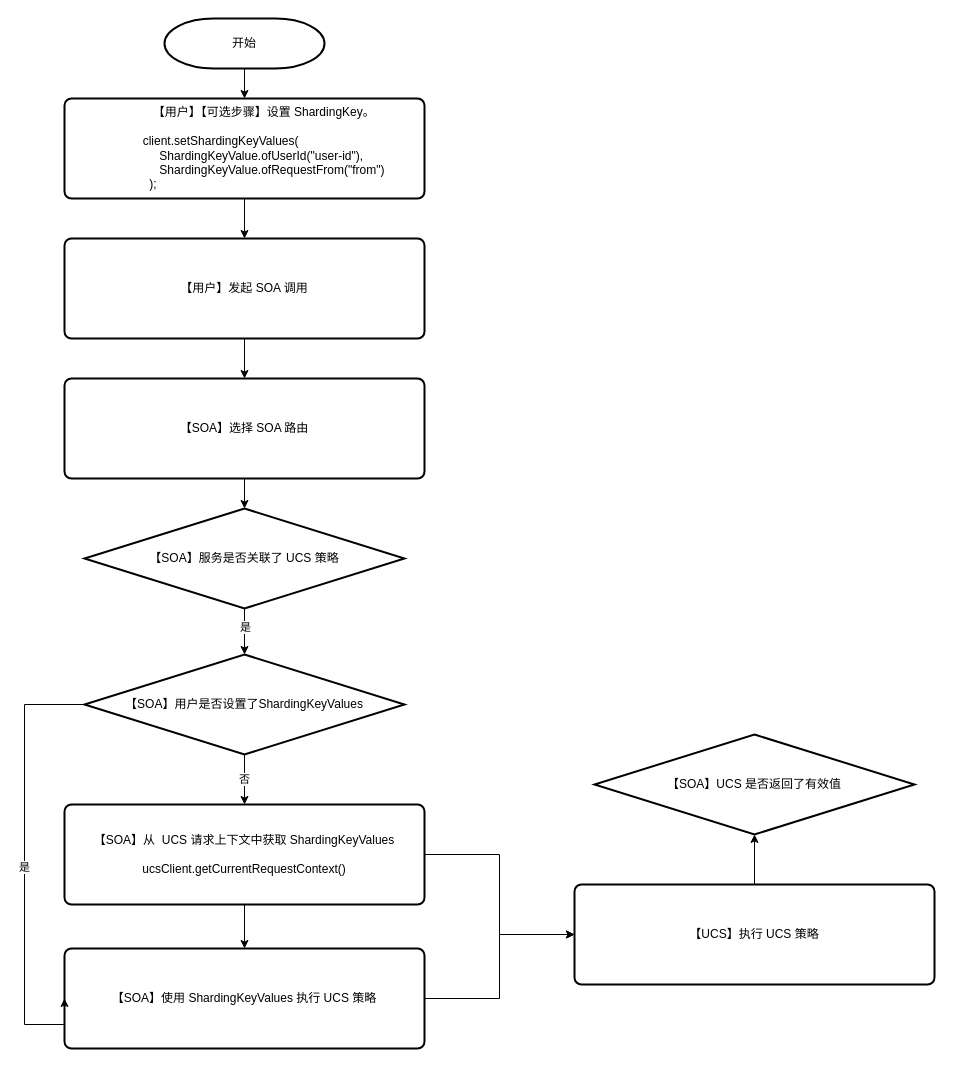
Before: 未命名绘图.drawio in jian1106/diagrams, a draw.io diagram. Source tidied: cells renumbered, new cells numbered last; positions are measured from the earlier drawing's top-left corner, leaving out a move shared by most shapes. Both pictures are drawn from the tidied source at 100%, with x=0, y=0 at pixel (24, 18).
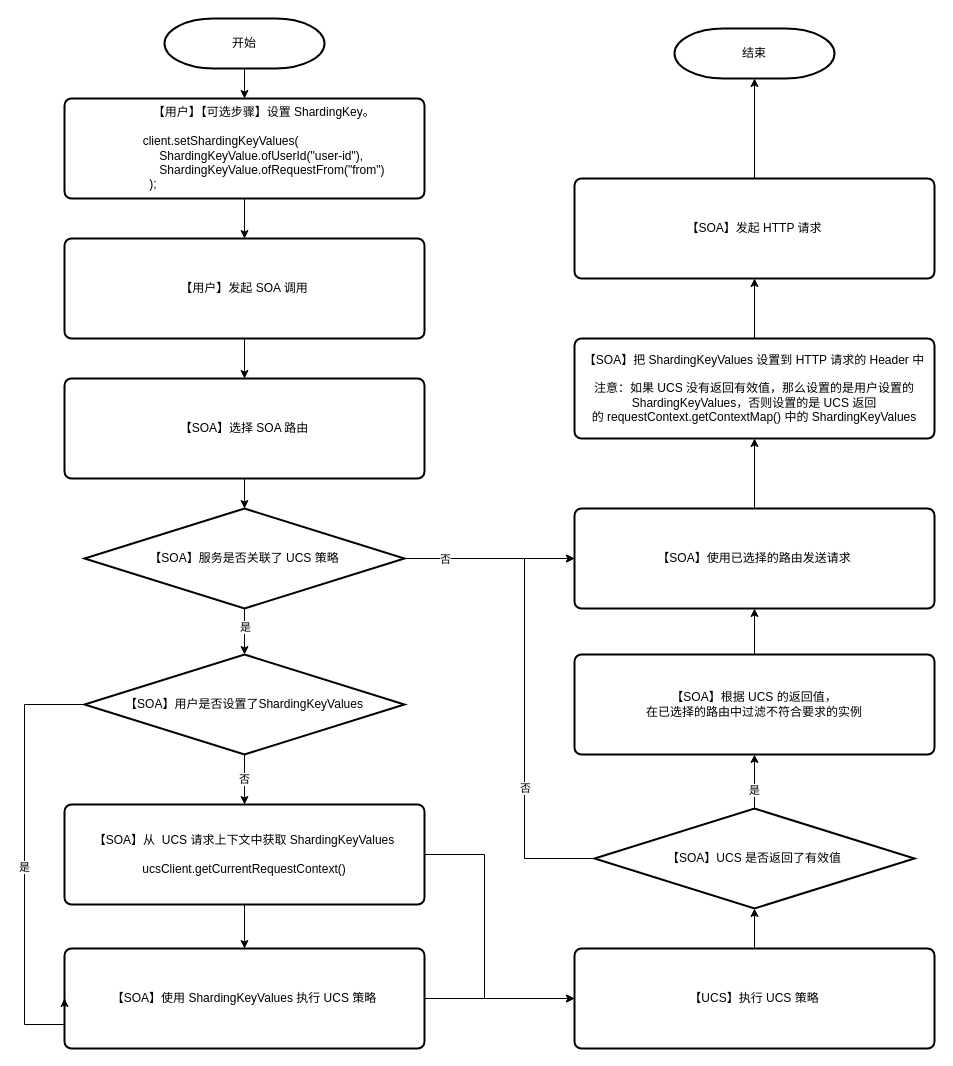
After the change.

Commit message:
更新未命名绘图.drawio

The change refers to these unchanged cells:
```xml
<mxCell id="10" value="【SOA】服务是否关联了 UCS 策略" style="strokeWidth=2;html=1;shape=mxgraph.flowchart.decision;whiteSpace=wrap;" parent="1" vertex="1">
  <mxGeometry x="60" y="490" width="320" height="100" as="geometry" />
</mxCell>
<mxCell id="16" value="【SOA】从&amp;nbsp; UCS 请求上下文中获取 ShardingKeyValues&lt;br&gt;&lt;br&gt;ucsClient.getCurrentRequestContext()" style="rounded=1;whiteSpace=wrap;html=1;absoluteArcSize=1;arcSize=14;strokeWidth=2;" parent="1" vertex="1">
  <mxGeometry x="40" y="786" width="360" height="100" as="geometry" />
</mxCell>
```

What changed in the source:
```diff
@@
+    <mxCell id="24" style="edgeStyle=orthogonalEdgeStyle;rounded=0;jettySize=auto;html=1;exitX=1;exitY=0.5;exitDx=0;exitDy=0;exitPerimeter=0;entryX=0;entryY=0.5;entryDx=0;entryDy=0;" parent="1" edge="1" source="10" target="32">
+      <mxGeometry relative="1" as="geometry" />
+    </mxCell>
+    <mxCell id="25" value="否" style="edgeLabel;html=1;align=center;verticalAlign=middle;" parent="24" vertex="1">
+      <mxGeometry x="-0.07" y="-3" relative="1" as="geometry">
+        <mxPoint x="-39" y="-3" as="offset" />
+      </mxGeometry>
+    </mxCell>
@@
     <mxCell id="15" style="edgeStyle=orthogonalEdgeStyle;rounded=0;jettySize=auto;html=1;exitX=1;exitY=0.5;exitDx=0;exitDy=0;entryX=0;entryY=0.5;entryDx=0;entryDy=0;" parent="1" edge="1" source="16" target="18">
-      <mxGeometry relative="1" as="geometry" />
+      <mxGeometry relative="1" as="geometry">
+        <Array as="points">
+          <mxPoint x="460" y="836" />
+          <mxPoint x="460" y="980" />
+        </Array>
+      </mxGeometry>
     </mxCell>
@@
     <mxCell id="18" value="【UCS】执行 UCS 策略" style="rounded=1;whiteSpace=wrap;html=1;absoluteArcSize=1;arcSize=14;strokeWidth=2;" parent="1" vertex="1">
-      <mxGeometry x="550" y="866" width="360" height="100" as="geometry" />
+      <mxGeometry x="550" y="930" width="360" height="100" as="geometry" />
     </mxCell>
+    <mxCell id="26" value="是" style="edgeStyle=orthogonalEdgeStyle;rounded=0;jettySize=auto;html=1;exitX=0.5;exitY=0;exitDx=0;exitDy=0;exitPerimeter=0;entryX=0.5;entryY=1;entryDx=0;entryDy=0;" parent="1" edge="1" source="19" target="30">
+      <mxGeometry x="-0.33" relative="1" as="geometry" />
+    </mxCell>
+    <mxCell id="27" style="edgeStyle=orthogonalEdgeStyle;rounded=0;jettySize=auto;html=1;exitX=0;exitY=0.5;exitDx=0;exitDy=0;exitPerimeter=0;entryX=0;entryY=0.5;entryDx=0;entryDy=0;" parent="1" edge="1" source="19" target="32">
+      <mxGeometry relative="1" as="geometry">
+        <Array as="points">
+          <mxPoint x="500" y="840" />
+          <mxPoint x="500" y="540" />
+        </Array>
+      </mxGeometry>
+    </mxCell>
+    <mxCell id="28" value="否" style="edgeLabel;html=1;align=center;verticalAlign=middle;" parent="27" vertex="1">
+      <mxGeometry x="-0.01" y="-4" relative="1" as="geometry">
+        <mxPoint x="-4" y="67" as="offset" />
+      </mxGeometry>
+    </mxCell>
     <mxCell id="19" value="【SOA】UCS 是否返回了有效值" style="strokeWidth=2;html=1;shape=mxgraph.flowchart.decision;whiteSpace=wrap;" parent="1" vertex="1">
-      <mxGeometry x="570" y="716" width="320" height="100" as="geometry" />
+      <mxGeometry x="570" y="790" width="320" height="100" as="geometry" />
     </mxCell>
@@
+    <mxCell id="29" style="edgeStyle=orthogonalEdgeStyle;rounded=0;jettySize=auto;html=1;exitX=0.5;exitY=0;exitDx=0;exitDy=0;entryX=0.5;entryY=1;entryDx=0;entryDy=0;" parent="1" edge="1" source="30" target="32">
+      <mxGeometry relative="1" as="geometry" />
+    </mxCell>
+    <mxCell id="30" value="【SOA】根据 UCS 的返回值，&lt;br&gt;在已选择的路由中过滤不符合要求的实例" style="rounded=1;whiteSpace=wrap;html=1;absoluteArcSize=1;arcSize=14;strokeWidth=2;" parent="1" vertex="1">
+      <mxGeometry x="550" y="636" width="360" height="100" as="geometry" />
+    </mxCell>
+    <mxCell id="31" style="edgeStyle=orthogonalEdgeStyle;rounded=0;jettySize=auto;html=1;exitX=0.5;exitY=0;exitDx=0;exitDy=0;entryX=0.5;entryY=1;entryDx=0;entryDy=0;" parent="1" edge="1" source="32" target="34">
+      <mxGeometry relative="1" as="geometry" />
+    </mxCell>
+    <mxCell id="32" value="【SOA】使用已选择的路由发送请求" style="rounded=1;whiteSpace=wrap;html=1;absoluteArcSize=1;arcSize=14;strokeWidth=2;" parent="1" vertex="1">
+      <mxGeometry x="550" y="490" width="360" height="100" as="geometry" />
+    </mxCell>
+    <mxCell id="33" style="edgeStyle=orthogonalEdgeStyle;rounded=0;jettySize=auto;html=1;exitX=0.5;exitY=0;exitDx=0;exitDy=0;entryX=0.5;entryY=1;entryDx=0;entryDy=0;" parent="1" edge="1" source="34" target="36">
+      <mxGeometry relative="1" as="geometry" />
+    </mxCell>
+    <mxCell id="34" value="【SOA】把 ShardingKeyValues 设置到 HTTP 请求的 Header 中&lt;br&gt;&lt;br&gt;注意：如果 UCS 没有返回有效值，那么设置的是用户设置的 ShardingKeyValues，否则设置的是 UCS 返回的&amp;nbsp;requestContext.getContextMap() 中的 ShardingKeyValues" style="rounded=1;whiteSpace=wrap;html=1;absoluteArcSize=1;arcSize=14;strokeWidth=2;" parent="1" vertex="1">
+      <mxGeometry x="550" y="320" width="360" height="100" as="geometry" />
+    </mxCell>
+    <mxCell id="35" style="edgeStyle=orthogonalEdgeStyle;rounded=0;jettySize=auto;html=1;exitX=0.5;exitY=0;exitDx=0;exitDy=0;entryX=0.5;entryY=1;entryDx=0;entryDy=0;entryPerimeter=0;" parent="1" edge="1" source="36" target="37">
+      <mxGeometry relative="1" as="geometry" />
+    </mxCell>
+    <mxCell id="36" value="【SOA】发起 HTTP 请求" style="rounded=1;whiteSpace=wrap;html=1;absoluteArcSize=1;arcSize=14;strokeWidth=2;" parent="1" vertex="1">
+      <mxGeometry x="550" y="160" width="360" height="100" as="geometry" />
+    </mxCell>
+    <mxCell id="37" value="结束" style="strokeWidth=2;html=1;shape=mxgraph.flowchart.terminator;whiteSpace=wrap;" parent="1" vertex="1">
+      <mxGeometry x="650" y="10" width="160" height="50" as="geometry" />
+    </mxCell>
```
